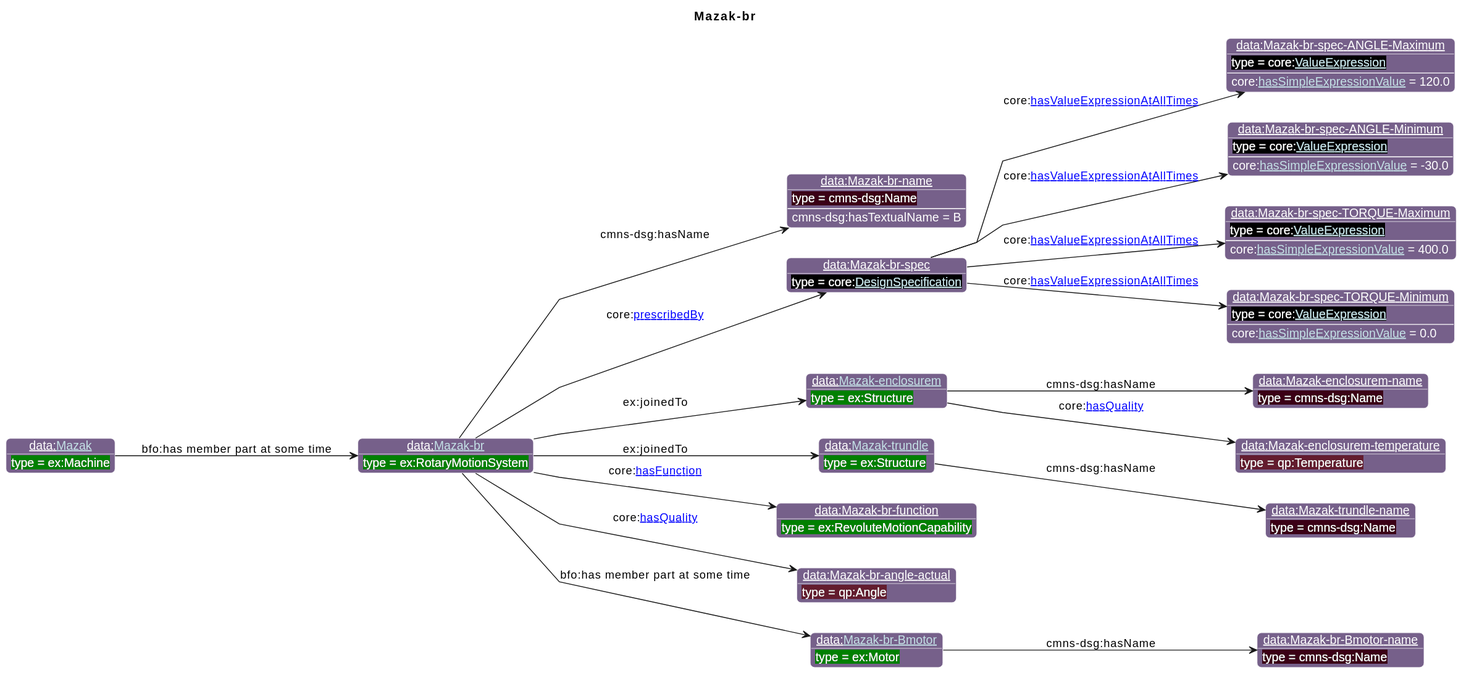
This is diagrams/Mazak-br.svg from iofoundry/example-syseng-mtconnect, a PlantUML export, as it was before one commit.
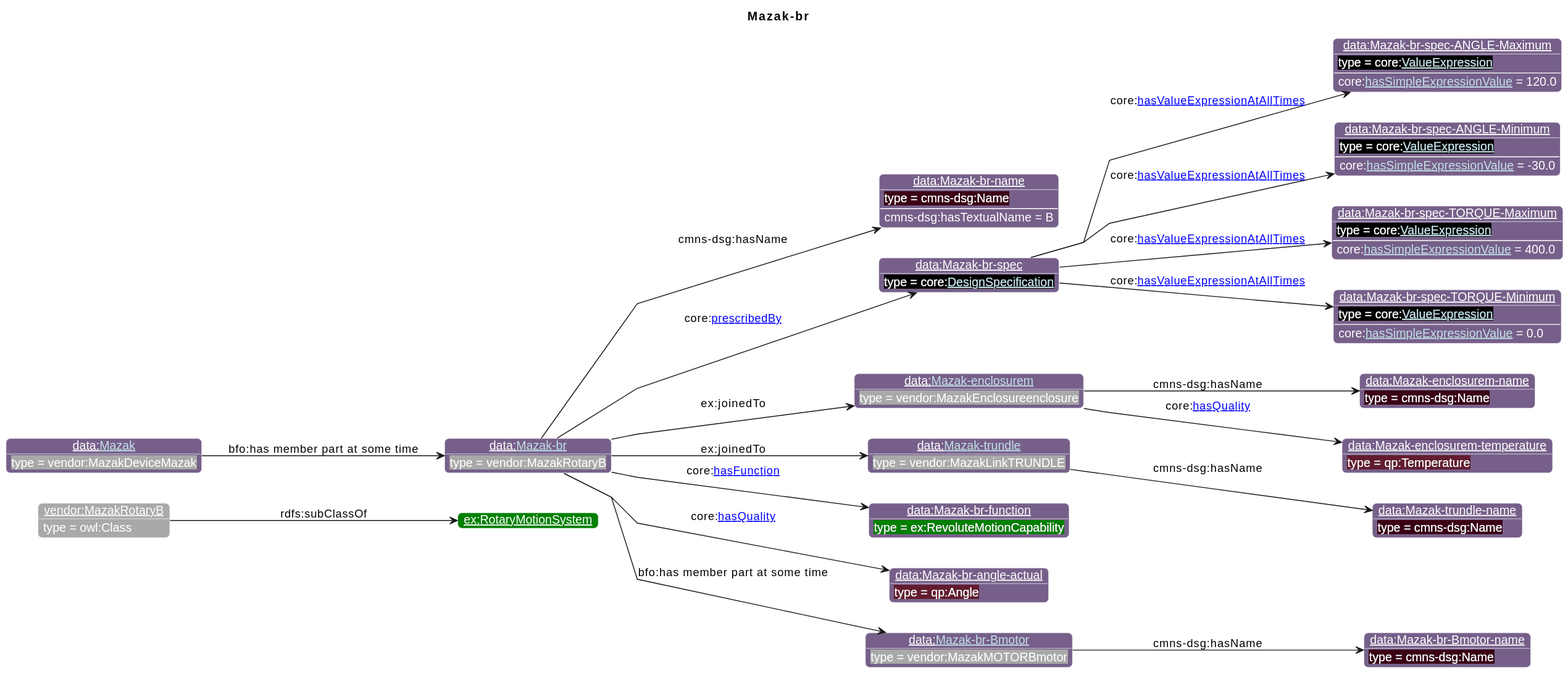
The same diagram one commit later.

What changed in the source:
```diff
@@ -19,42 +19,45 @@
                       "ns1":"76608A",
 "ex":"Green","data":"76608A","core":"000000","units":"8A2D3B","qp":"641B2E","cmns-dsg":"3A0519"
 }
-individual(o1, data:[[./Mazak-br.html Mazak-br]], ex:RotaryMotionSystem)
-individual(o2, data:Mazak-br-name, cmns-dsg:Name)
-individual(o3, data:Mazak-br-spec, core:[[https://spec.industrialontologies.org/ontology/core/Core/DesignSpecification DesignSpecification]])
-individual(o4, data:Mazak-br-spec-ANGLE-Maximum, core:[[https://spec.industrialontologies.org/ontology/core/Core/ValueExpression ValueExpression]])
-individual(o5, data:Mazak-br-spec-ANGLE-Minimum, core:[[https://spec.industrialontologies.org/ontology/core/Core/ValueExpression ValueExpression]])
-individual(o6, data:Mazak-br-spec-TORQUE-Maximum, core:[[https://spec.industrialontologies.org/ontology/core/Core/ValueExpression ValueExpression]])
-individual(o7, data:Mazak-br-spec-TORQUE-Minimum, core:[[https://spec.industrialontologies.org/ontology/core/Core/ValueExpression ValueExpression]])
-individual(o8, data:[[./Mazak-enclosurem.html Mazak-enclosurem]], ex:Structure)
-individual(o9, data:Mazak-enclosurem-name, cmns-dsg:Name)
-individual(o10, data:Mazak-enclosurem-temperature, qp:Temperature)
-individual(o11, data:[[./Mazak-trundle.html Mazak-trundle]], ex:Structure)
-individual(o12, data:Mazak-trundle-name, cmns-dsg:Name)
-individual(o13, data:Mazak-br-function, ex:RevoluteMotionCapability)
-individual(o14, data:Mazak-br-angle-actual, qp:Angle)
-individual(o15, data:[[./Mazak-br-Bmotor.html Mazak-br-Bmotor]], ex:Motor)
-individual(o16, data:Mazak-br-Bmotor-name, cmns-dsg:Name)
-individual(o17, data:[[./Mazak.html Mazak]], ex:Machine)
-property(o1, cmns-dsg:hasName, o2)
-data(o2, cmns-dsg:hasTextualName, B)
-property(o1, core:[[https://spec.industrialontologies.org/ontology/core/Core/prescribedBy prescribedBy]], o3)
-property(o3, core:[[https://spec.industrialontologies.org/ontology/core/Core/hasValueExpressionAtAllTimes hasValueExpressionAtAllTimes]], o4)
-data(o4, core:[[https://spec.industrialontologies.org/ontology/core/Core/hasSimpleExpressionValue hasSimpleExpressionValue]], 120.0)
-property(o3, core:[[https://spec.industrialontologies.org/ontology/core/Core/hasValueExpressionAtAllTimes hasValueExpressionAtAllTimes]], o5)
-data(o5, core:[[https://spec.industrialontologies.org/ontology/core/Core/hasSimpleExpressionValue hasSimpleExpressionValue]], -30.0)
-property(o3, core:[[https://spec.industrialontologies.org/ontology/core/Core/hasValueExpressionAtAllTimes hasValueExpressionAtAllTimes]], o6)
-data(o6, core:[[https://spec.industrialontologies.org/ontology/core/Core/hasSimpleExpressionValue hasSimpleExpressionValue]], 400.0)
-property(o3, core:[[https://spec.industrialontologies.org/ontology/core/Core/hasValueExpressionAtAllTimes hasValueExpressionAtAllTimes]], o7)
-data(o7, core:[[https://spec.industrialontologies.org/ontology/core/Core/hasSimpleExpressionValue hasSimpleExpressionValue]], 0.0)
-property(o1, ex:joinedTo, o8)
-property(o8, cmns-dsg:hasName, o9)
-property(o8, core:[[https://spec.industrialontologies.org/ontology/core/Core/hasQuality hasQuality]], o10)
-property(o1, ex:joinedTo, o11)
-property(o11, cmns-dsg:hasName, o12)
-property(o1, core:[[https://spec.industrialontologies.org/ontology/core/Core/hasFunction hasFunction]], o13)
-property(o1, core:[[https://spec.industrialontologies.org/ontology/core/Core/hasQuality hasQuality]], o14)
-property(o1, "bfo:has member part at some time", o15)
-property(o15, cmns-dsg:hasName, o16)
-property(o17, "bfo:has member part at some time", o1)
+individual(o1, vendor:MazakRotaryB, owl:Class)
+individual(o2, ex:RotaryMotionSystem)
+individual(o3, data:[[./Mazak-br.html Mazak-br]], vendor:MazakRotaryB)
+individual(o4, data:Mazak-br-name, cmns-dsg:Name)
+individual(o5, data:Mazak-br-spec, core:[[https://spec.industrialontologies.org/ontology/core/Core/DesignSpecification DesignSpecification]])
+individual(o6, data:Mazak-br-spec-ANGLE-Maximum, core:[[https://spec.industrialontologies.org/ontology/core/Core/ValueExpression ValueExpression]])
+individual(o7, data:Mazak-br-spec-ANGLE-Minimum, core:[[https://spec.industrialontologies.org/ontology/core/Core/ValueExpression ValueExpression]])
+individual(o8, data:Mazak-br-spec-TORQUE-Maximum, core:[[https://spec.industrialontologies.org/ontology/core/Core/ValueExpression ValueExpression]])
+individual(o9, data:Mazak-br-spec-TORQUE-Minimum, core:[[https://spec.industrialontologies.org/ontology/core/Core/ValueExpression ValueExpression]])
+individual(o10, data:[[./Mazak-enclosurem.html Mazak-enclosurem]], vendor:MazakEnclosureenclosure)
+individual(o11, data:Mazak-enclosurem-name, cmns-dsg:Name)
+individual(o12, data:Mazak-enclosurem-temperature, qp:Temperature)
+individual(o13, data:[[./Mazak-trundle.html Mazak-trundle]], vendor:MazakLinkTRUNDLE)
+individual(o14, data:Mazak-trundle-name, cmns-dsg:Name)
+individual(o15, data:Mazak-br-function, ex:RevoluteMotionCapability)
+individual(o16, data:Mazak-br-angle-actual, qp:Angle)
+individual(o17, data:[[./Mazak-br-Bmotor.html Mazak-br-Bmotor]], vendor:MazakMOTORBmotor)
+individual(o18, data:Mazak-br-Bmotor-name, cmns-dsg:Name)
+individual(o19, data:[[./Mazak.html Mazak]], vendor:MazakDeviceMazak)
+property(o1, rdfs:subClassOf, o2)
+property(o3, cmns-dsg:hasName, o4)
+data(o4, cmns-dsg:hasTextualName, B)
+property(o3, core:[[https://spec.industrialontologies.org/ontology/core/Core/prescribedBy prescribedBy]], o5)
+property(o5, core:[[https://spec.industrialontologies.org/ontology/core/Core/hasValueExpressionAtAllTimes hasValueExpressionAtAllTimes]], o6)
+data(o6, core:[[https://spec.industrialontologies.org/ontology/core/Core/hasSimpleExpressionValue hasSimpleExpressionValue]], 120.0)
+property(o5, core:[[https://spec.industrialontologies.org/ontology/core/Core/hasValueExpressionAtAllTimes hasValueExpressionAtAllTimes]], o7)
+data(o7, core:[[https://spec.industrialontologies.org/ontology/core/Core/hasSimpleExpressionValue hasSimpleExpressionValue]], -30.0)
+property(o5, core:[[https://spec.industrialontologies.org/ontology/core/Core/hasValueExpressionAtAllTimes hasValueExpressionAtAllTimes]], o8)
+data(o8, core:[[https://spec.industrialontologies.org/ontology/core/Core/hasSimpleExpressionValue hasSimpleExpressionValue]], 400.0)
+property(o5, core:[[https://spec.industrialontologies.org/ontology/core/Core/hasValueExpressionAtAllTimes hasValueExpressionAtAllTimes]], o9)
+data(o9, core:[[https://spec.industrialontologies.org/ontology/core/Core/hasSimpleExpressionValue hasSimpleExpressionValue]], 0.0)
+property(o3, ex:joinedTo, o10)
+property(o10, cmns-dsg:hasName, o11)
+property(o10, core:[[https://spec.industrialontologies.org/ontology/core/Core/hasQuality hasQuality]], o12)
+property(o3, ex:joinedTo, o13)
+property(o13, cmns-dsg:hasName, o14)
+property(o3, core:[[https://spec.industrialontologies.org/ontology/core/Core/hasFunction hasFunction]], o15)
+property(o3, core:[[https://spec.industrialontologies.org/ontology/core/Core/hasQuality hasQuality]], o16)
+property(o3, "bfo:has member part at some time", o17)
+property(o17, cmns-dsg:hasName, o18)
+property(o19, "bfo:has member part at some time", o3)
 @enduml
```
